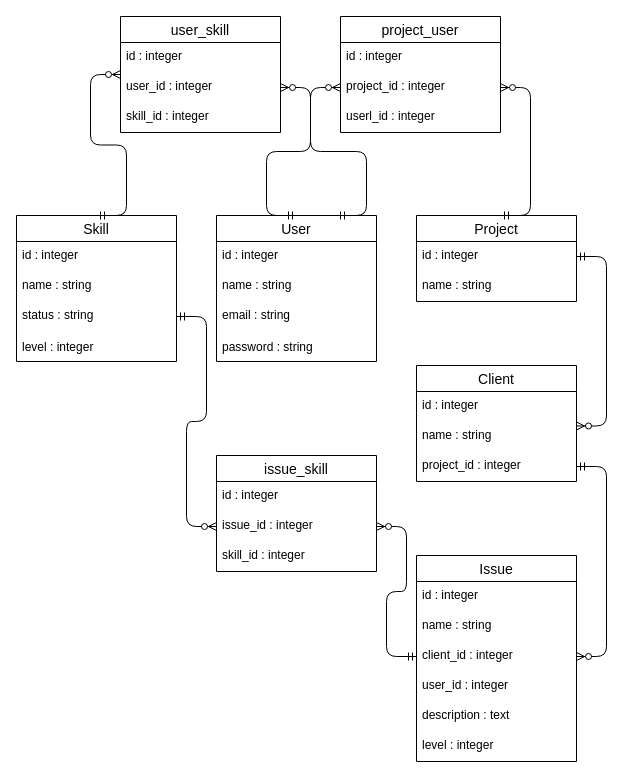
This is model.drawio from NUTMEG-hackathon/issue_trees, a draw.io file, before an edit. Source tidied: cells renumbered, new cells numbered last; positions are measured from the earlier drawing's top-left corner, leaving out a move shared by most shapes. Both pictures are drawn from the tidied source at 100%, with x=0, y=0 at pixel (16, 16).
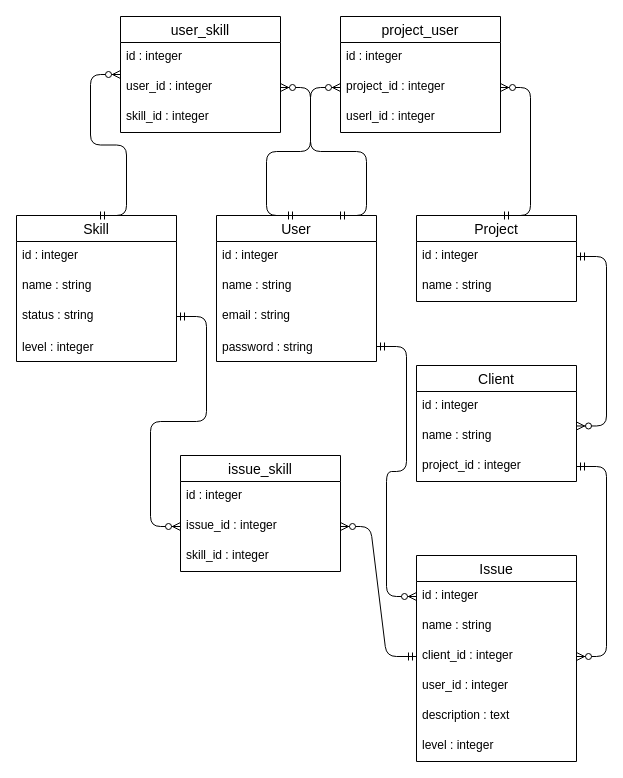
After the change.

Commit message:
[fix]モデル図の修正

Unchanged cells that the change refers to:
```xml
<mxCell id="14" value="password : string" style="text;strokeColor=none;fillColor=none;spacingLeft=4;spacingRight=4;overflow=hidden;points=[[0,0.5],[1,0.5]];portConstraint=eastwest;fontSize=12;verticalAlign=middle;" parent="10" vertex="1">
  <mxGeometry y="116" width="160" height="30" as="geometry" />
</mxCell>
<mxCell id="16" value="id : integer" style="text;strokeColor=none;fillColor=none;spacingLeft=4;spacingRight=4;overflow=hidden;points=[[0,0.5],[1,0.5]];portConstraint=eastwest;fontSize=12;" parent="15" vertex="1">
  <mxGeometry y="26" width="160" height="30" as="geometry" />
</mxCell>
```

What changed in the source:
```diff
@@
     <mxCell id="26" value="issue_skill" style="swimlane;fontStyle=0;horizontal=1;startSize=26;align=center;fontSize=14;" parent="1" vertex="1">
-      <mxGeometry x="200" y="439" width="160" height="116" as="geometry" />
+      <mxGeometry x="164" y="439" width="160" height="116" as="geometry" />
     </mxCell>
@@
+    <mxCell id="46" style="edgeStyle=entityRelationEdgeStyle;fontSize=12;html=1;endArrow=ERzeroToMany;startArrow=ERmandOne;entryX=0;entryY=0.5;entryDx=0;entryDy=0;exitX=1;exitY=0.5;exitDx=0;exitDy=0;" parent="1" edge="1" source="14" target="16">
+      <mxGeometry relative="1" as="geometry" />
+    </mxCell>
```
